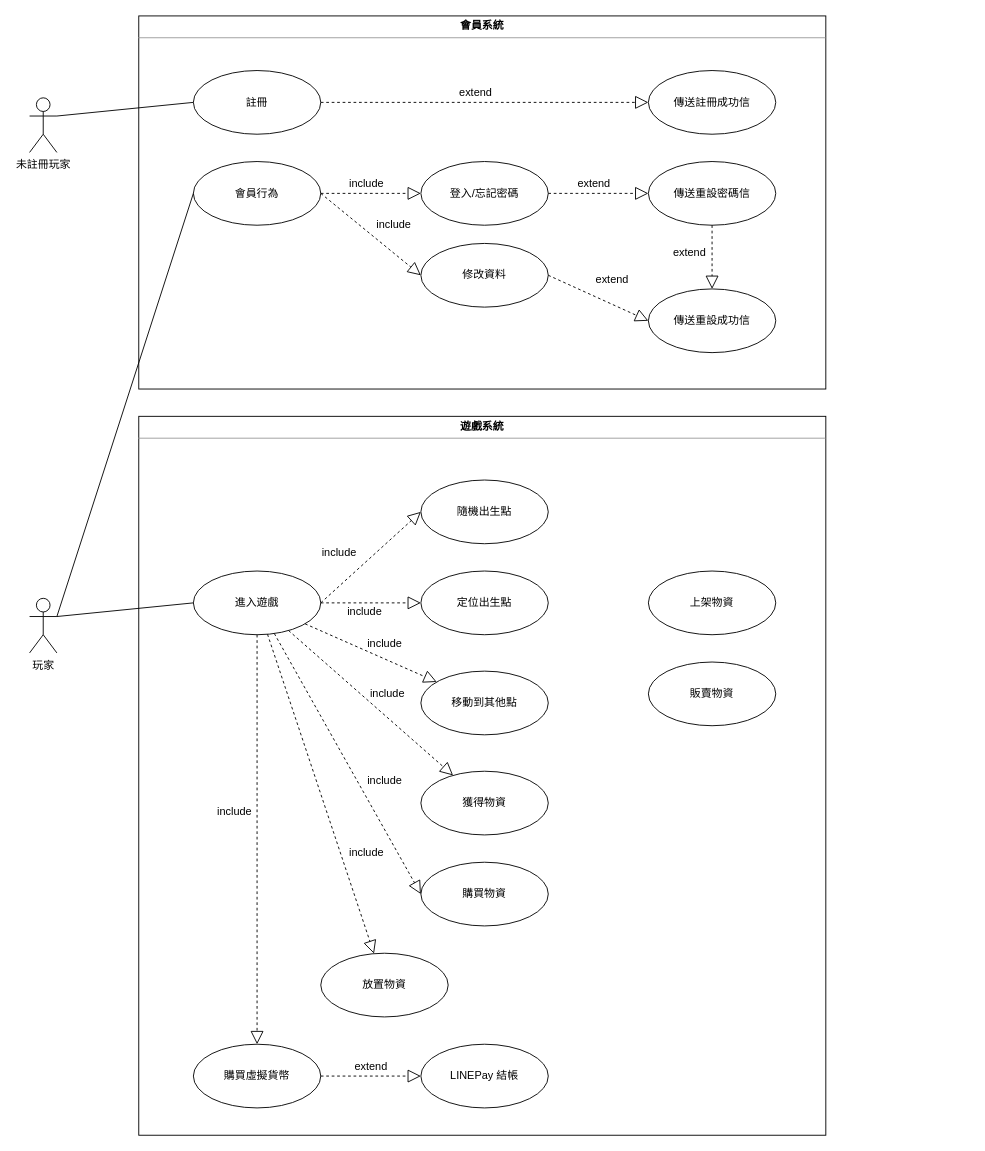
Above: page "Use Case" (1 of 3) of uml.drawio in zhao1995chen/final-project-of-2020-training-class (draw.io), before the change. Source tidied: cells renumbered, new cells numbered last; positions are measured from the earlier drawing's top-left corner, leaving out a move shared by most shapes. Both pictures are drawn from the tidied source at 91%, with x=0, y=0 at pixel (29, 15).
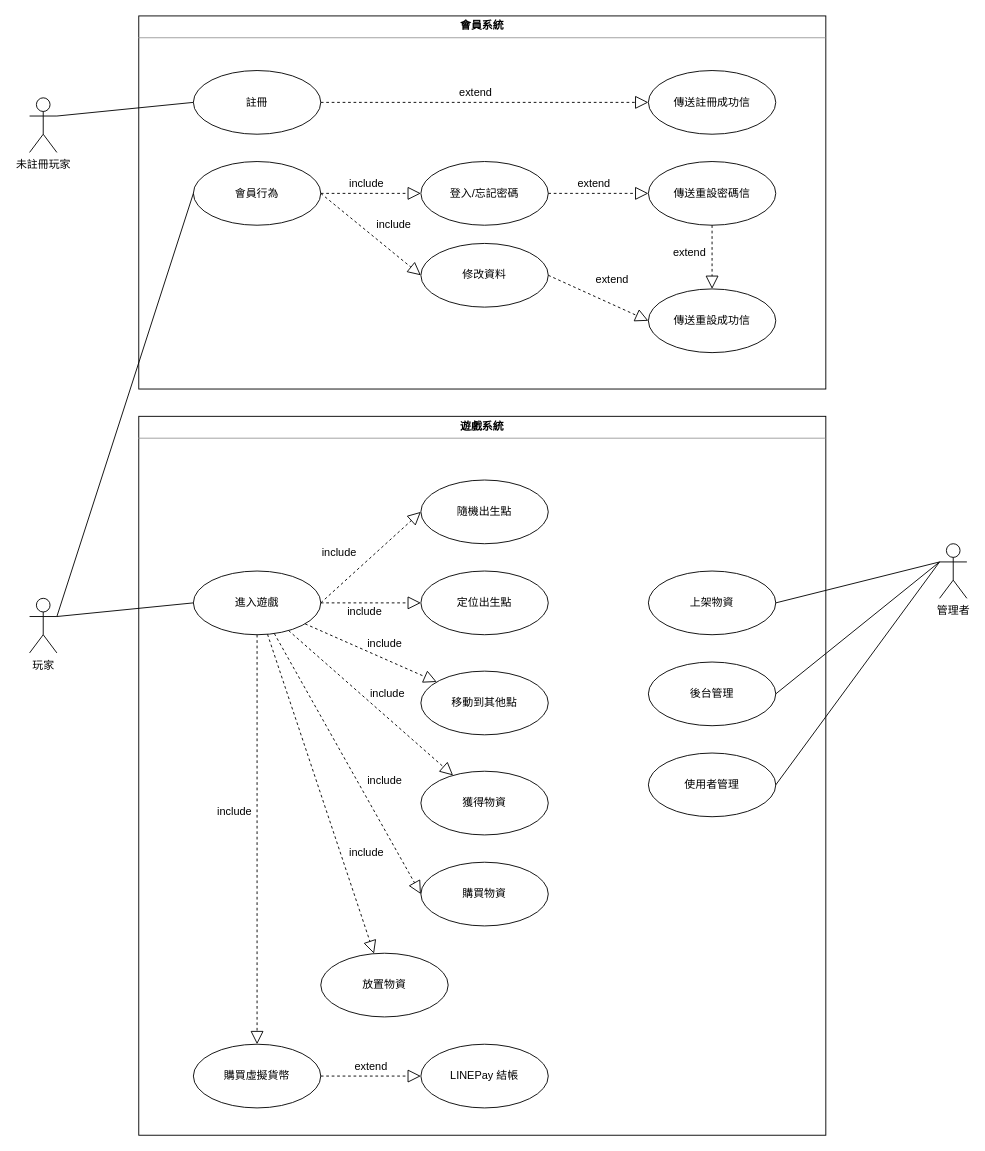
The same diagram, later.

Unchanged cells that the change refers to:
```xml
<mxCell id="44" value="上架物資" style="ellipse;whiteSpace=wrap;html=1;" parent="1" vertex="1">
  <mxGeometry x="680" y="610" width="140" height="70" as="geometry" />
</mxCell>
```

Diff of the diagram source:
```diff
@@
-    <mxCell id="43" value="販賣物資" style="ellipse;whiteSpace=wrap;html=1;align=center;" parent="1" vertex="1">
+    <mxCell id="43" value="後台管理" style="ellipse;whiteSpace=wrap;html=1;align=center;" parent="1" vertex="1">
       <mxGeometry x="680" y="710" width="140" height="70" as="geometry" />
     </mxCell>
@@
+    <mxCell id="55" value="管理者" style="shape=umlActor;verticalLabelPosition=bottom;labelBackgroundColor=#ffffff;verticalAlign=top;html=1;outlineConnect=0;" parent="1" vertex="1">
+      <mxGeometry x="1000" y="580" width="30" height="60" as="geometry" />
+    </mxCell>
+    <mxCell id="56" style="endArrow=none;html=1;entryX=0;entryY=0.3333333333333333;entryDx=0;entryDy=0;entryPerimeter=0;exitX=1;exitY=0.5;exitDx=0;exitDy=0;" parent="1" edge="1" source="44" target="55">
+      <mxGeometry relative="1" as="geometry" />
+    </mxCell>
+    <mxCell id="57" style="endArrow=none;html=1;exitX=1;exitY=0.5;exitDx=0;exitDy=0;entryX=0;entryY=0.3333333333333333;entryDx=0;entryDy=0;entryPerimeter=0;" parent="1" edge="1" source="43" target="55">
+      <mxGeometry relative="1" as="geometry" />
+    </mxCell>
+    <mxCell id="58" value="使用者管理" style="ellipse;whiteSpace=wrap;html=1;align=center;" parent="1" vertex="1">
+      <mxGeometry x="680" y="810" width="140" height="70" as="geometry" />
+    </mxCell>
+    <mxCell id="59" style="endArrow=none;html=1;entryX=1;entryY=0.5;entryDx=0;entryDy=0;exitX=0;exitY=0.3333333333333333;exitDx=0;exitDy=0;exitPerimeter=0;" parent="1" edge="1" source="55" target="58">
+      <mxGeometry relative="1" as="geometry" />
+    </mxCell>
```
